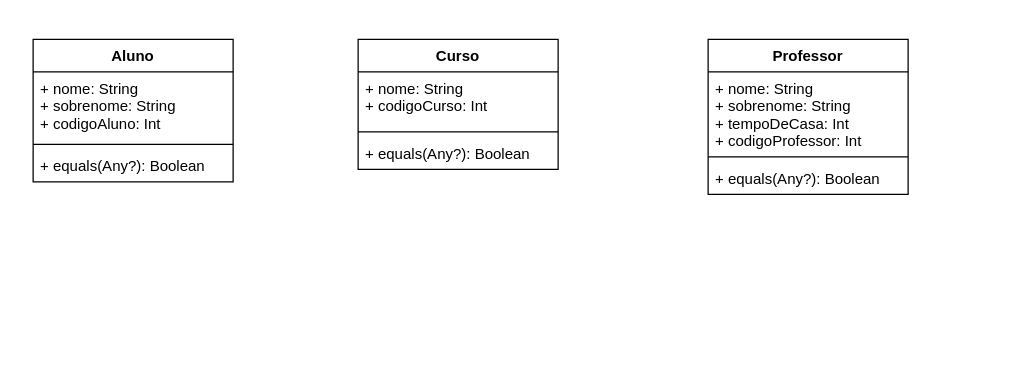
Above: UML-Desafio.drawio in GustavoSantos25/DesafioM-duloKotlin (draw.io), before the change. Source tidied: cells renumbered, new cells numbered last; positions are measured from the earlier drawing's top-left corner, leaving out a move shared by most shapes. Both pictures are drawn from the tidied source at 125%, with x=0, y=0 at pixel (32, 39).
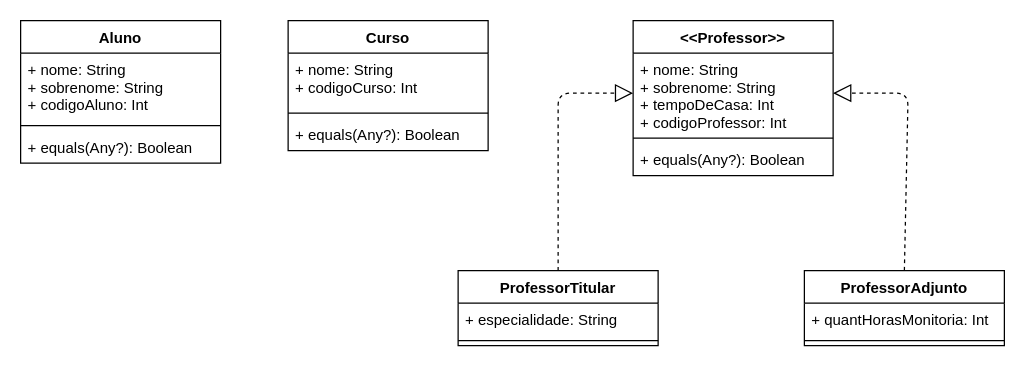
The same diagram, later.

Commit message:
Parte D - UML Classes ProfessorAdjunto e ProfessorTitular

The change refers to these unchanged cells:
```xml
<mxCell id="11" value="+ nome: String&#10;+ sobrenome: String&#10;+ tempoDeCasa: Int&#10;+ codigoProfessor: Int" style="text;strokeColor=none;fillColor=none;align=left;verticalAlign=top;spacingLeft=4;spacingRight=4;overflow=hidden;points=[[0,0.5],[1,0.5]];portConstraint=eastwest;" parent="10" vertex="1">
  <mxGeometry y="26" width="160" height="64" as="geometry" />
</mxCell>
```

Diff of the diagram source:
```diff
@@
     <mxCell id="2" value="Aluno" style="swimlane;fontStyle=1;align=center;verticalAlign=top;horizontal=1;startSize=26;" parent="1" vertex="1">
-      <mxGeometry width="160" height="114" as="geometry" />
+      <mxGeometry x="-10" y="-15" width="160" height="114" as="geometry" />
     </mxCell>
@@
     <mxCell id="6" value="Curso" style="swimlane;fontStyle=1;align=center;verticalAlign=top;horizontal=1;startSize=26;" parent="1" vertex="1">
-      <mxGeometry x="260" width="160" height="104" as="geometry" />
+      <mxGeometry x="204" y="-15" width="160" height="104" as="geometry" />
     </mxCell>
@@
+    <mxCell id="14" style="endArrow=block;dashed=1;endFill=0;endSize=12;html=1;entryX=0;entryY=0.5;entryDx=0;entryDy=0;exitX=0.5;exitY=0;exitDx=0;exitDy=0;" parent="1" edge="1" source="15" target="11">
+      <mxGeometry relative="1" as="geometry">
+        <Array as="points">
+          <mxPoint x="420" y="43" />
+        </Array>
+      </mxGeometry>
+    </mxCell>
+    <mxCell id="15" value="ProfessorTitular" style="swimlane;fontStyle=1;align=center;verticalAlign=top;horizontal=1;startSize=26;" parent="1" vertex="1">
+      <mxGeometry x="340" y="185" width="160" height="60" as="geometry" />
+    </mxCell>
+    <mxCell id="16" value="+ especialidade: String" style="text;strokeColor=none;fillColor=none;align=left;verticalAlign=top;spacingLeft=4;spacingRight=4;overflow=hidden;" parent="15" vertex="1">
+      <mxGeometry y="26" width="160" height="26" as="geometry" />
+    </mxCell>
+    <mxCell id="17" style="line;strokeWidth=1;fillColor=none;align=left;verticalAlign=middle;spacingTop=-1;spacingLeft=3;spacingRight=3;labelPosition=right;" parent="15" vertex="1">
+      <mxGeometry y="52" width="160" height="8" as="geometry" />
+    </mxCell>
+    <mxCell id="18" style="endArrow=block;dashed=1;endFill=0;endSize=12;html=1;entryX=1;entryY=0.5;entryDx=0;entryDy=0;exitX=0.5;exitY=0;exitDx=0;exitDy=0;" parent="1" edge="1" source="19" target="11">
+      <mxGeometry relative="1" as="geometry">
+        <Array as="points">
+          <mxPoint x="700" y="43" />
+        </Array>
+      </mxGeometry>
+    </mxCell>
+    <mxCell id="19" value="ProfessorAdjunto" style="swimlane;fontStyle=1;align=center;verticalAlign=top;horizontal=1;startSize=26;" parent="1" vertex="1">
+      <mxGeometry x="617" y="185" width="160" height="60" as="geometry" />
+    </mxCell>
+    <mxCell id="20" value="+ quantHorasMonitoria: Int" style="text;strokeColor=none;fillColor=none;align=left;verticalAlign=top;spacingLeft=4;spacingRight=4;overflow=hidden;" parent="19" vertex="1">
+      <mxGeometry y="26" width="160" height="26" as="geometry" />
+    </mxCell>
+    <mxCell id="21" style="line;strokeWidth=1;fillColor=none;align=left;verticalAlign=middle;spacingTop=-1;spacingLeft=3;spacingRight=3;labelPosition=right;" parent="19" vertex="1">
+      <mxGeometry y="52" width="160" height="8" as="geometry" />
+    </mxCell>
-    <mxCell id="10" value="Professor" style="swimlane;fontStyle=1;align=center;verticalAlign=top;horizontal=1;startSize=26;" parent="1" vertex="1">
-      <mxGeometry x="540" width="160" height="124" as="geometry" />
+    <mxCell id="10" value="&lt;&lt;Professor&gt;&gt;" style="swimlane;fontStyle=1;align=center;verticalAlign=top;horizontal=1;startSize=26;" parent="1" vertex="1">
+      <mxGeometry x="480" y="-15" width="160" height="124" as="geometry" />
     </mxCell>
```
